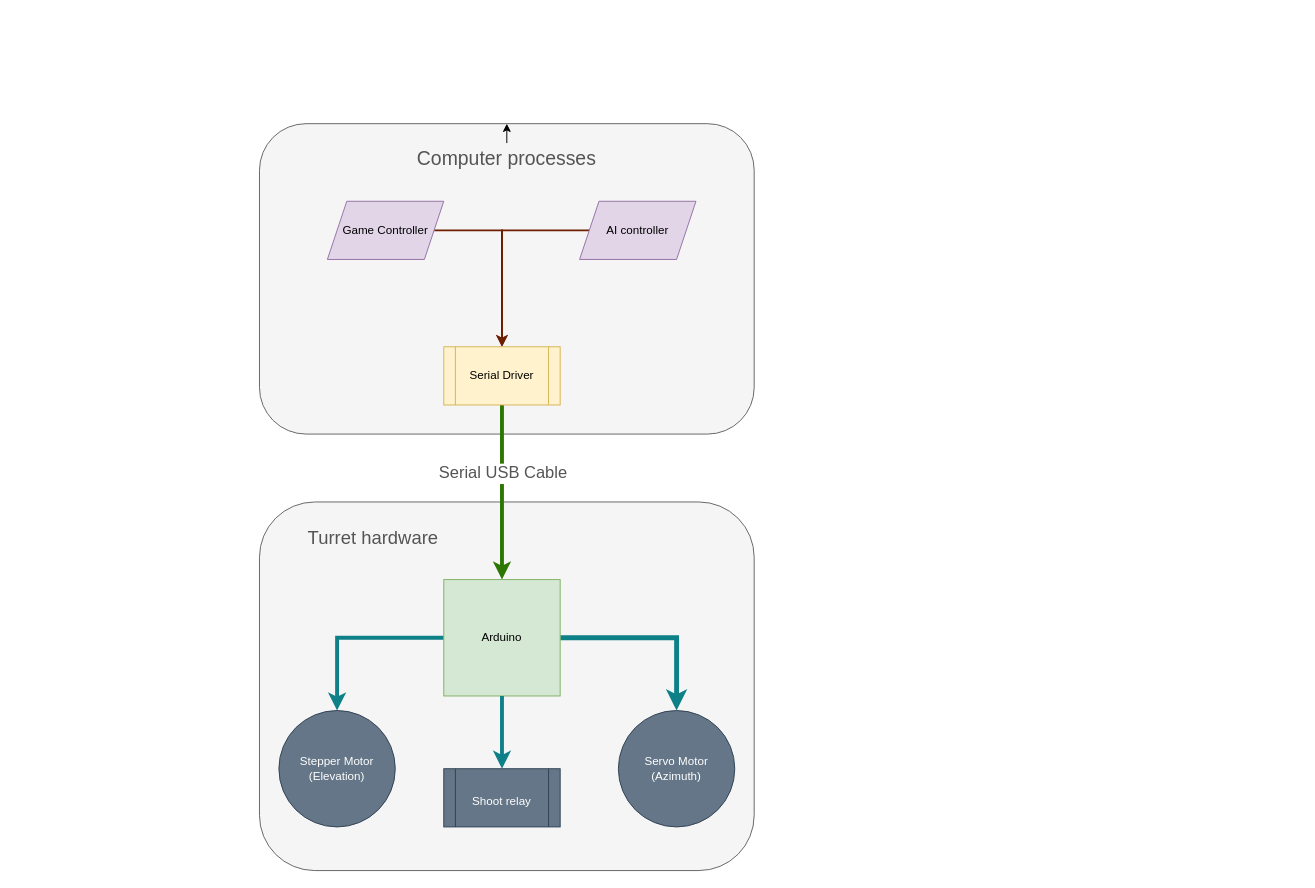
Above: documenation/system_diagram.drawio in anjrew/Autonomous-Nerf-Turret (draw.io), before the change. Source tidied: cells renumbered, new cells numbered last; positions are measured from the earlier drawing's top-left corner, leaving out a move shared by most shapes. Both pictures are drawn from the tidied source at 97%, with x=0, y=0 at pixel (259, 123).
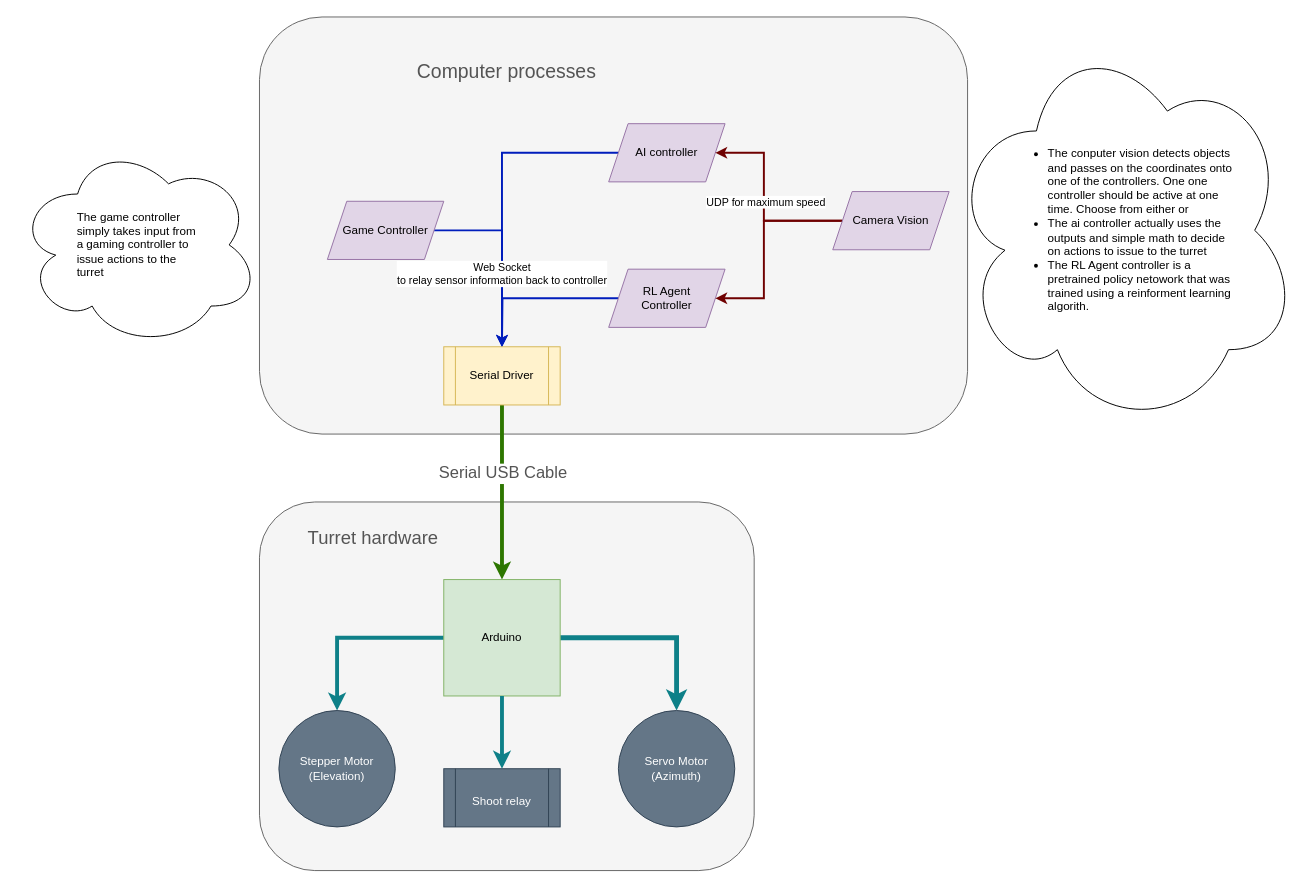
The same page after the edit.

Commit message (it also covers changes not shown here):
Add reinforcement learning files

Unchanged cells that the change refers to:
```xml
<mxCell id="5" value="Game Controller" style="shape=parallelogram;perimeter=parallelogramPerimeter;whiteSpace=wrap;html=1;fixedSize=1;fillColor=#e1d5e7;strokeColor=#9673a6;fontColor=#000000;" parent="1" vertex="1">
  <mxGeometry x="70" y="80" width="120" height="60" as="geometry" />
</mxCell>
<mxCell id="10" value="Serial Driver" style="shape=process;whiteSpace=wrap;html=1;backgroundOutline=1;fillColor=#fff2cc;strokeColor=#d6b656;fontColor=#000000;" parent="1" vertex="1">
  <mxGeometry x="190" y="230" width="120" height="60" as="geometry" />
</mxCell>
```

Diff of the diagram source:
```diff
@@
     <mxCell id="3" style="rounded=1;whiteSpace=wrap;html=1;fillColor=#f5f5f5;strokeColor=#666666;fontColor=#333333;" parent="1" vertex="1">
-      <mxGeometry width="510" height="320" as="geometry" />
+      <mxGeometry y="-110" width="730" height="430" as="geometry" />
     </mxCell>
-    <mxCell id="4" style="edgeStyle=orthogonalEdgeStyle;rounded=0;jettySize=auto;html=1;entryX=0.5;entryY=0;entryDx=0;entryDy=0;fillColor=#a0522d;strokeColor=#6D1F00;strokeWidth=2;" parent="1" edge="1" source="5" target="10">
+    <mxCell id="4" style="edgeStyle=orthogonalEdgeStyle;rounded=0;jettySize=auto;html=1;entryX=0.5;entryY=0;entryDx=0;entryDy=0;fillColor=#0050ef;strokeColor=#001DBC;strokeWidth=2;" parent="1" edge="1" source="5" target="10">
       <mxGeometry relative="1" as="geometry">
         <Array as="points">
           <mxPoint x="250" y="110" />
         </Array>
       </mxGeometry>
     </mxCell>
@@
-    <mxCell id="6" style="edgeStyle=orthogonalEdgeStyle;rounded=0;jettySize=auto;html=1;entryX=0.5;entryY=0;entryDx=0;entryDy=0;fillColor=#a0522d;strokeColor=#6D1F00;strokeWidth=2;" parent="1" edge="1" source="7" target="10">
-      <mxGeometry relative="1" as="geometry" />
+    <mxCell id="6" style="edgeStyle=orthogonalEdgeStyle;rounded=0;jettySize=auto;html=1;entryX=0.5;entryY=0;entryDx=0;entryDy=0;fillColor=#0050ef;strokeColor=#001DBC;strokeWidth=2;" parent="1" edge="1" source="7" target="10">
+      <mxGeometry relative="1" as="geometry">
+        <Array as="points">
+          <mxPoint x="250" y="30" />
+        </Array>
+      </mxGeometry>
     </mxCell>
+    <mxCell id="21" value="Web Socket&lt;br style=&quot;border-color: var(--border-color);&quot;&gt;to relay sensor information back to controller" style="edgeLabel;html=1;align=center;verticalAlign=middle;imageWidth=1;" parent="6" vertex="1">
+      <mxGeometry x="0.52" y="-1" relative="1" as="geometry">
+        <mxPoint y="1" as="offset" />
+      </mxGeometry>
+    </mxCell>
     <mxCell id="7" value="AI controller" style="shape=parallelogram;perimeter=parallelogramPerimeter;whiteSpace=wrap;html=1;fixedSize=1;fillColor=#e1d5e7;strokeColor=#9673a6;fontColor=#000000;" parent="1" vertex="1">
-      <mxGeometry x="330" y="80" width="120" height="60" as="geometry" />
+      <mxGeometry x="360" width="120" height="60" as="geometry" />
     </mxCell>
@@
-    <mxCell id="16" style="edgeStyle=none;html=1;fontSize=17;fontColor=#545454;" parent="1" edge="1" source="17" target="3">
-      <mxGeometry relative="1" as="geometry" />
-    </mxCell>
     <mxCell id="17" value="&lt;font style=&quot;font-size: 20px;&quot; color=&quot;#545454&quot;&gt;Computer processes&lt;/font&gt;" style="text;html=1;strokeColor=none;fillColor=none;align=center;verticalAlign=middle;whiteSpace=wrap;rounded=0;fontSize=20;" parent="1" vertex="1">
-      <mxGeometry x="150" y="20" width="210" height="30" as="geometry" />
+      <mxGeometry x="150" y="-70" width="210" height="30" as="geometry" />
     </mxCell>
@@
+    <mxCell id="22" style="edgeStyle=orthogonalEdgeStyle;html=1;strokeWidth=2;fillColor=#0050ef;strokeColor=#001DBC;rounded=0;" parent="1" edge="1" source="23">
+      <mxGeometry relative="1" as="geometry">
+        <mxPoint x="250" y="230" as="targetPoint" />
+      </mxGeometry>
+    </mxCell>
+    <mxCell id="23" value="RL Agent Controller" style="shape=parallelogram;perimeter=parallelogramPerimeter;whiteSpace=wrap;html=1;fixedSize=1;fillColor=#e1d5e7;strokeColor=#9673a6;fontColor=#000000;spacingLeft=15;spacingRight=15;" parent="1" vertex="1">
+      <mxGeometry x="360" y="150" width="120" height="60" as="geometry" />
+    </mxCell>
+    <mxCell id="24" value="&lt;ul&gt;&lt;li&gt;The conputer vision detects objects and passes on the coordinates onto one of the controllers. One one controller should be active at one time. Choose from either or&lt;/li&gt;&lt;li&gt;The ai controller actually uses the outputs and simple math to decide on actions to issue to the turret&lt;/li&gt;&lt;li&gt;The RL Agent controller is a pretrained policy netowork that was trained using a reinforment learning algorith.&lt;/li&gt;&lt;/ul&gt;" style="ellipse;shape=cloud;whiteSpace=wrap;html=1;spacingLeft=60;spacingRight=60;align=left;" parent="1" vertex="1">
+      <mxGeometry x="711" y="-95" width="360" height="410" as="geometry" />
+    </mxCell>
+    <mxCell id="25" value="&lt;span style=&quot;background-color: initial;&quot;&gt;The game controller simply takes input from a gaming controller to issue actions to the turret&lt;/span&gt;" style="ellipse;shape=cloud;whiteSpace=wrap;html=1;spacingLeft=60;spacingRight=60;align=left;" parent="1" vertex="1">
+      <mxGeometry x="-250" y="20" width="250" height="210" as="geometry" />
+    </mxCell>
+    <mxCell id="26" style="edgeStyle=orthogonalEdgeStyle;html=1;entryX=1;entryY=0.5;entryDx=0;entryDy=0;fillColor=#a20025;strokeColor=#6F0000;strokeWidth=2;rounded=0;" parent="1" edge="1" source="29" target="7">
+      <mxGeometry relative="1" as="geometry">
+        <Array as="points">
+          <mxPoint x="520" y="100" />
+          <mxPoint x="520" y="30" />
+        </Array>
+      </mxGeometry>
+    </mxCell>
+    <mxCell id="27" value="UDP for maximum speed" style="edgeLabel;html=1;align=center;verticalAlign=middle;labelBackgroundColor=#FFFFFF;labelBorderColor=none;spacingLeft=0;spacingBottom=0;spacingRight=0;labelPadding=10;" parent="26" vertex="1">
+      <mxGeometry x="-0.38" y="-1" relative="1" as="geometry">
+        <mxPoint x="-18" y="-19" as="offset" />
+      </mxGeometry>
+    </mxCell>
+    <mxCell id="28" style="edgeStyle=orthogonalEdgeStyle;html=1;entryX=1;entryY=0.5;entryDx=0;entryDy=0;fillColor=#a20025;strokeColor=#6F0000;strokeWidth=2;rounded=0;" parent="1" edge="1" source="29" target="23">
+      <mxGeometry relative="1" as="geometry">
+        <Array as="points">
+          <mxPoint x="520" y="100" />
+          <mxPoint x="520" y="180" />
+        </Array>
+      </mxGeometry>
+    </mxCell>
+    <mxCell id="29" value="Camera Vision" style="shape=parallelogram;perimeter=parallelogramPerimeter;whiteSpace=wrap;html=1;fixedSize=1;fillColor=#e1d5e7;strokeColor=#9673a6;fontColor=#000000;" parent="1" vertex="1">
+      <mxGeometry x="591" y="70" width="120" height="60" as="geometry" />
+    </mxCell>
```
